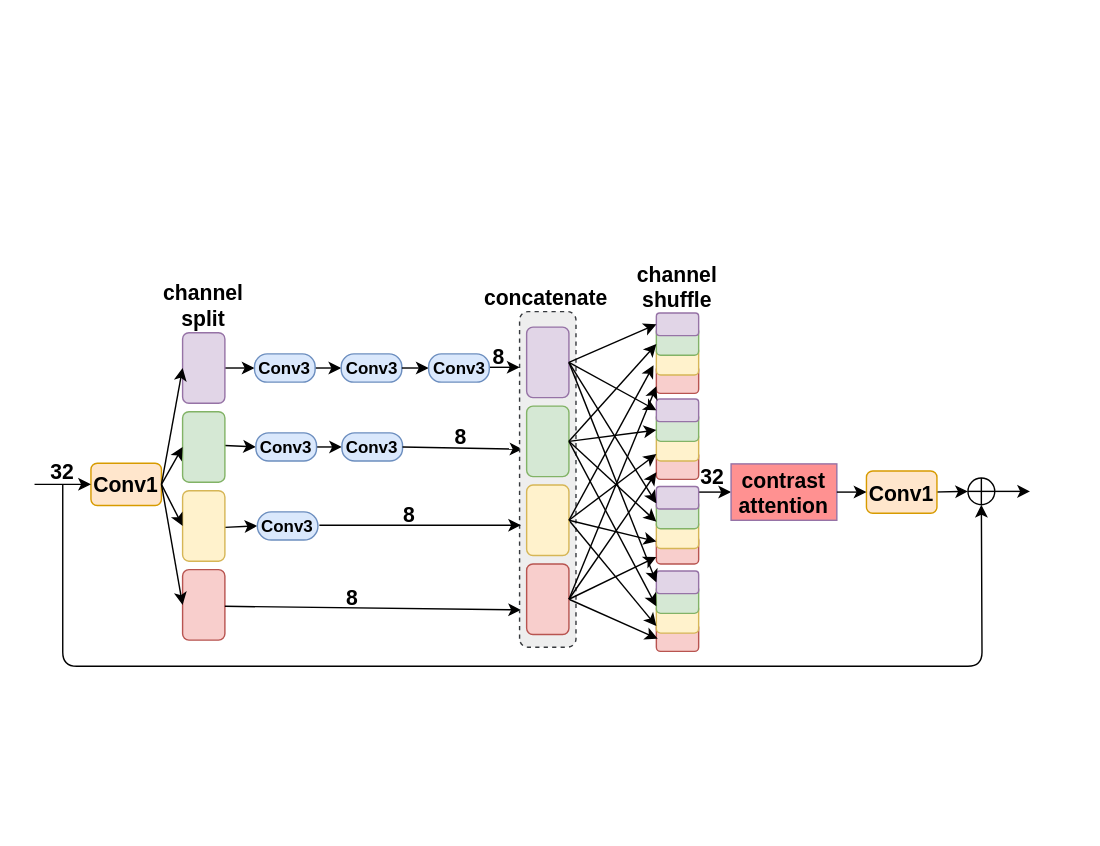
This is MSCFB.drawio from JiaqianLi/TEST, a draw.io file, before an edit. Source tidied: cells renumbered, new cells numbered last; positions are measured from the earlier drawing's top-left corner, leaving out a move shared by most shapes. Both pictures are drawn from the tidied source at 141%, with x=0, y=0 at pixel (34, -37).
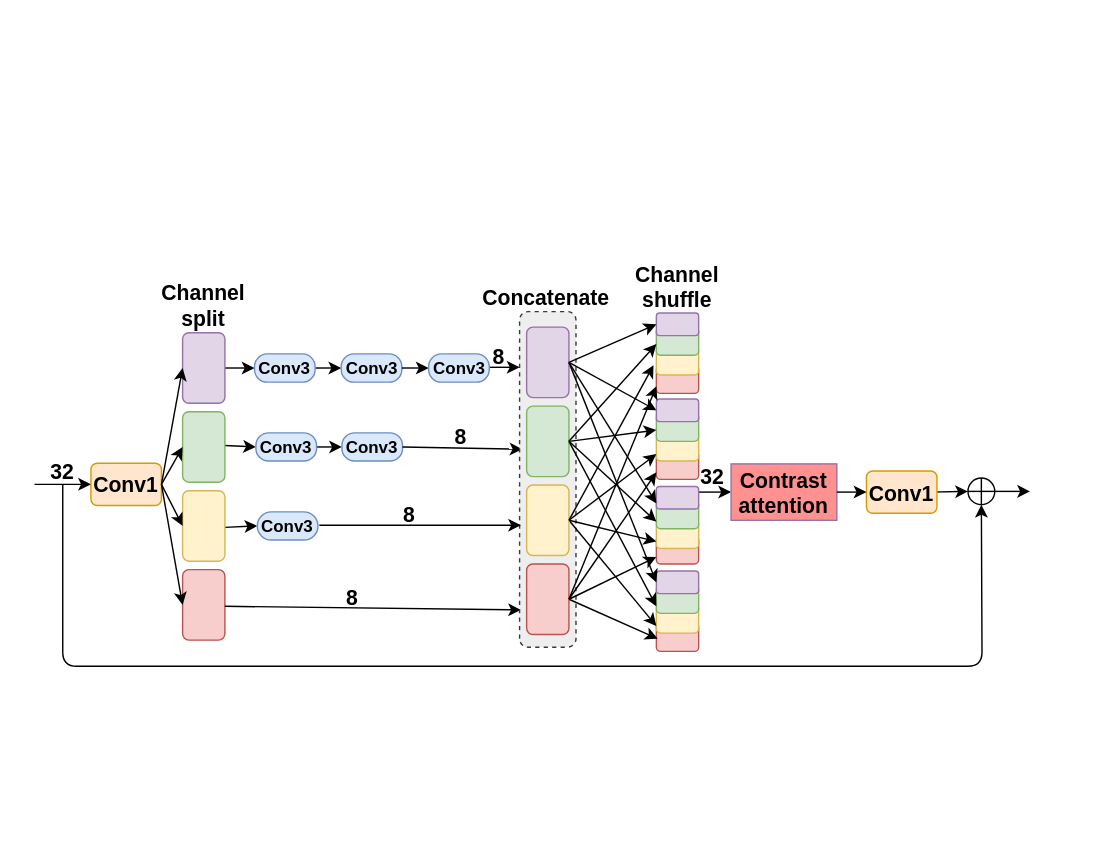
The same diagram, later.

Unchanged cells that the change refers to:
```xml
<mxCell id="2" style="group;rotation=-90;" parent="1" vertex="1">
  <mxGeometry x="130" y="0.5" width="566" height="651" as="geometry" />
</mxCell>
```

Change to the diagram source:
```diff
@@
-    <mxCell id="22" value="&lt;b&gt;&lt;font style=&quot;font-size: 15px&quot;&gt;contrast &lt;br&gt;attention&lt;/font&gt;&lt;/b&gt;" style="rounded=0;whiteSpace=wrap;html=1;fillColor=#FF9191;strokeColor=#9673a6;rotation=0;" parent="2" vertex="1">
+    <mxCell id="22" value="&lt;b&gt;&lt;font style=&quot;font-size: 15px&quot;&gt;Contrast &lt;br&gt;attention&lt;/font&gt;&lt;/b&gt;" style="rounded=0;whiteSpace=wrap;html=1;fillColor=#FF9191;strokeColor=#9673a6;rotation=0;" parent="2" vertex="1">
       <mxGeometry x="364" y="354" width="75" height="40" as="geometry" />
     </mxCell>
@@
-    <mxCell id="25" value="&lt;b&gt;&lt;font style=&quot;font-size: 15px&quot;&gt;channel&lt;br&gt;split&lt;/font&gt;&lt;/b&gt;" style="rounded=0;whiteSpace=wrap;html=1;strokeColor=none;fillColor=none;rotation=0;" parent="2" vertex="1">
+    <mxCell id="25" value="&lt;b&gt;&lt;font style=&quot;font-size: 15px&quot;&gt;Channel&lt;br&gt;split&lt;/font&gt;&lt;/b&gt;" style="rounded=0;whiteSpace=wrap;html=1;strokeColor=none;fillColor=none;rotation=0;" parent="2" vertex="1">
       <mxGeometry x="-70" y="211" width="120" height="60" as="geometry" />
     </mxCell>
-    <mxCell id="26" value="&lt;b&gt;&lt;font style=&quot;font-size: 15px&quot;&gt;channel &lt;br&gt;shuffle&lt;/font&gt;&lt;/b&gt;" style="rounded=0;whiteSpace=wrap;html=1;strokeColor=none;fillColor=none;rotation=0;" parent="2" vertex="1">
+    <mxCell id="26" value="&lt;b&gt;&lt;font style=&quot;font-size: 15px&quot;&gt;Channel &lt;br&gt;shuffle&lt;/font&gt;&lt;/b&gt;" style="rounded=0;whiteSpace=wrap;html=1;strokeColor=none;fillColor=none;rotation=0;" parent="2" vertex="1">
       <mxGeometry x="266" y="198" width="120" height="60" as="geometry" />
     </mxCell>
-    <mxCell id="27" value="&lt;b&gt;&lt;font style=&quot;font-size: 15px&quot;&gt;concatenate&lt;/font&gt;&lt;/b&gt;" style="rounded=0;whiteSpace=wrap;html=1;strokeColor=none;fillColor=none;rotation=0;" parent="2" vertex="1">
+    <mxCell id="27" value="&lt;b&gt;&lt;font style=&quot;font-size: 15px&quot;&gt;Concatenate&lt;/font&gt;&lt;/b&gt;" style="rounded=0;whiteSpace=wrap;html=1;strokeColor=none;fillColor=none;rotation=0;" parent="2" vertex="1">
       <mxGeometry x="173" y="205" width="120" height="60" as="geometry" />
     </mxCell>
```
